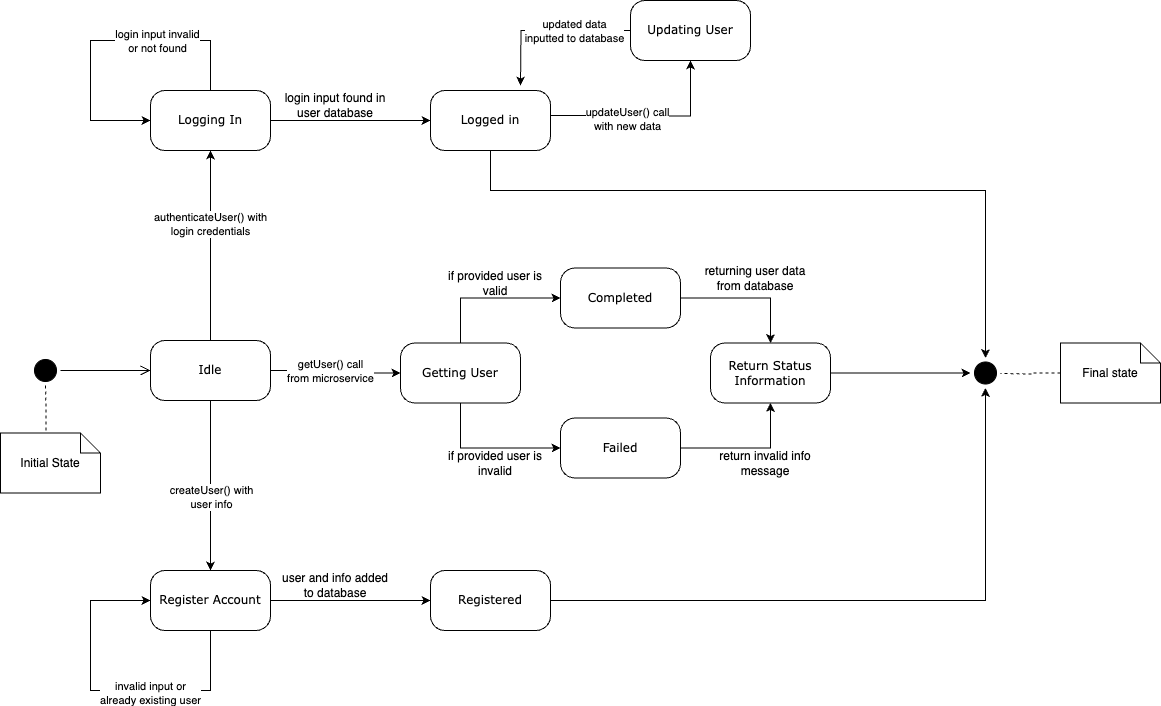
Above: diagrams/User_Managment_SD.drawio.png in uvic-teach/project-m1-team6 (draw.io), before the change. Source tidied: cells renumbered, new cells last; positions are measured from the earlier drawing's top-left corner, leaving out a move shared by most shapes.
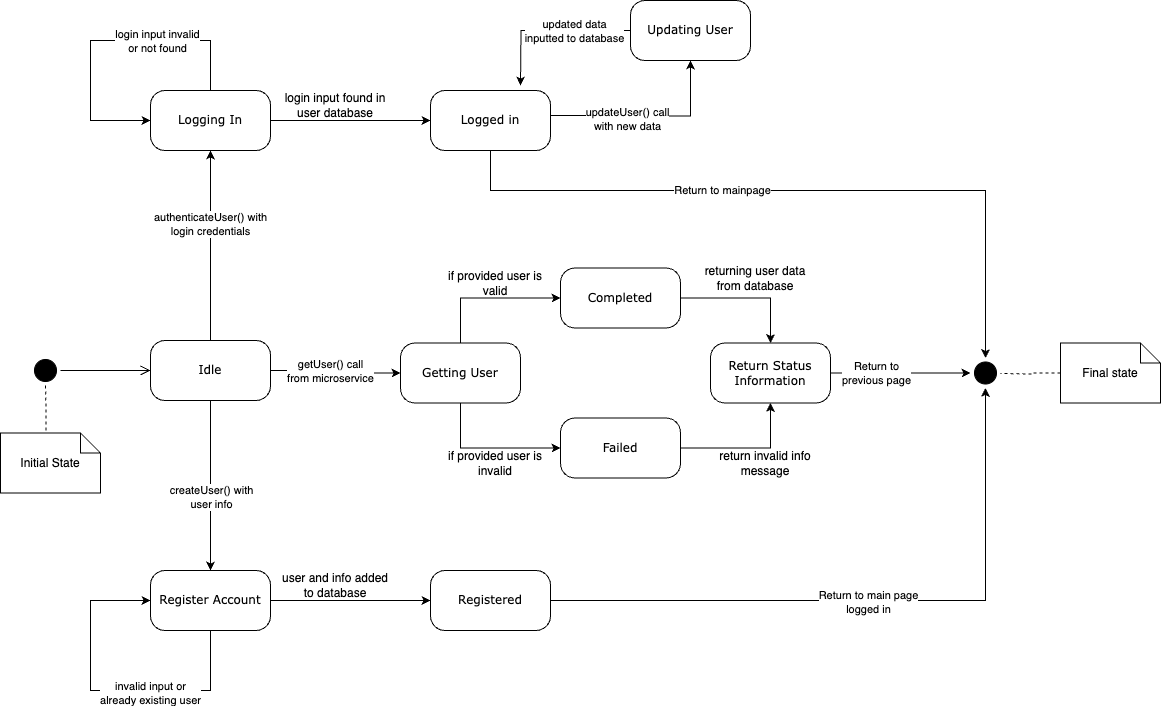
Above is the later version.

What changed in the source:
```diff
@@ -87,6 +87,11 @@
         <mxPoint x="970" y="372.5" as="targetPoint" />
       </mxGeometry>
     </mxCell>
+    <mxCell id="48" value="Return to &lt;br&gt;previous page" style="edgeLabel;html=1;align=center;verticalAlign=middle;" parent="23" vertex="1">
+      <mxGeometry x="-0.36" y="1" relative="1" as="geometry">
+        <mxPoint y="1" as="offset" />
+      </mxGeometry>
+    </mxCell>
     <mxCell id="24" value="Return Status Information" style="rounded=1;whiteSpace=wrap;html=1;arcSize=24;shadow=0;comic=0;labelBackgroundColor=none;fontFamily=Verdana;fontSize=12;align=center;" parent="1" vertex="1">
       <mxGeometry x="710" y="342.5" width="120" height="60" as="geometry" />
     </mxCell>
@@ -107,6 +112,9 @@
         </Array>
       </mxGeometry>
     </mxCell>
+    <mxCell id="49" value="Return to mainpage" style="edgeLabel;html=1;align=center;verticalAlign=middle;" parent="28" vertex="1">
+      <mxGeometry x="-0.23" y="1" relative="1" as="geometry" />
+    </mxCell>
     <mxCell id="29" value="Logged in" style="rounded=1;whiteSpace=wrap;html=1;arcSize=24;shadow=0;comic=0;labelBackgroundColor=none;fontFamily=Verdana;fontSize=12;align=center;" parent="1" vertex="1">
       <mxGeometry x="430" y="90" width="120" height="60" as="geometry" />
     </mxCell>
@@ -137,6 +145,9 @@
     <mxCell id="34" style="edgeStyle=orthogonalEdgeStyle;rounded=0;jettySize=auto;html=1;entryX=1;entryY=0.5;entryDx=0;entryDy=0;" parent="1" edge="1" source="35" target="17">
       <mxGeometry relative="1" as="geometry" />
     </mxCell>
+    <mxCell id="50" value="Return to main page&lt;br&gt;logged in" style="edgeLabel;html=1;align=center;verticalAlign=middle;" parent="34" vertex="1">
+      <mxGeometry x="-0.02" y="-1" relative="1" as="geometry" />
+    </mxCell>
     <mxCell id="35" value="Registered" style="rounded=1;whiteSpace=wrap;html=1;arcSize=24;shadow=0;comic=0;labelBackgroundColor=none;fontFamily=Verdana;fontSize=12;align=center;" parent="1" vertex="1">
       <mxGeometry x="430" y="570" width="120" height="60" as="geometry" />
     </mxCell>
```
